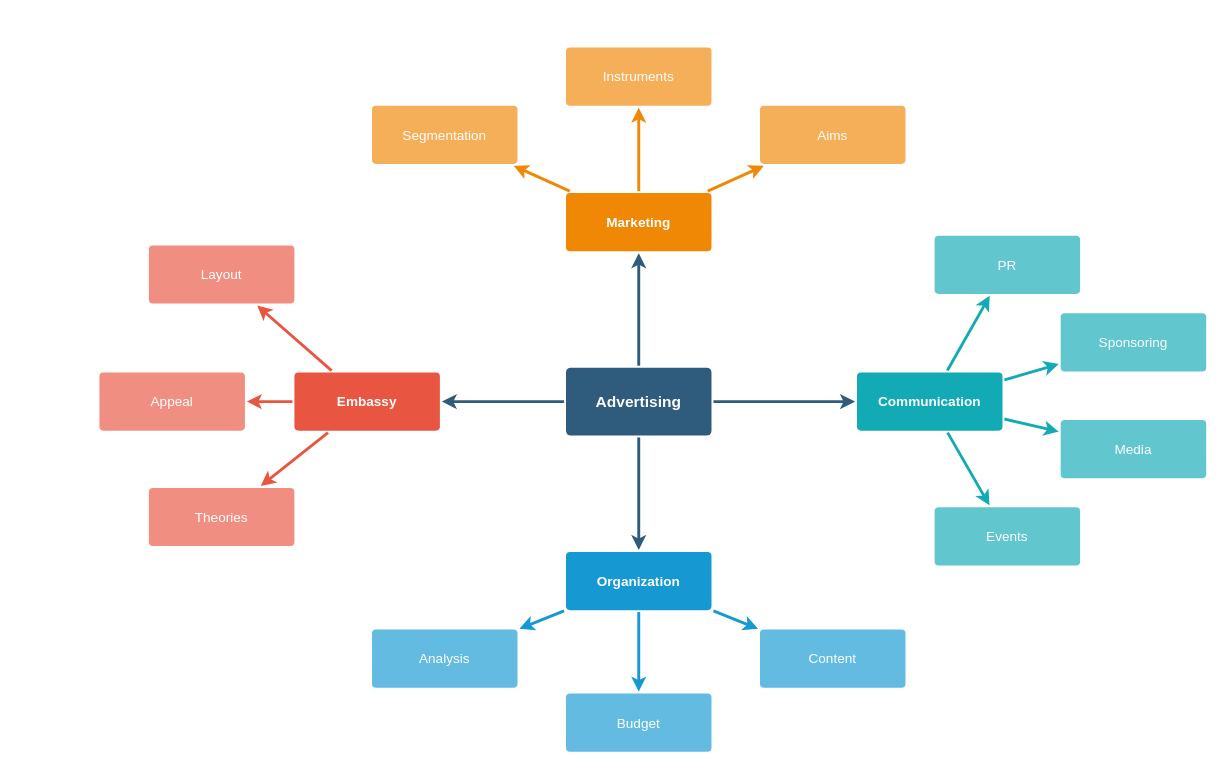
This is daily/Untitled Diagram.drawio from RdAllen/leetcode-1, a draw.io file, before an edit. Source tidied: cells renumbered, new cells numbered last; positions are measured from the earlier drawing's top-left corner, leaving out a move shared by most shapes. Both pictures are drawn from the tidied source at 97%, with x=0, y=0 at pixel (99, 47).
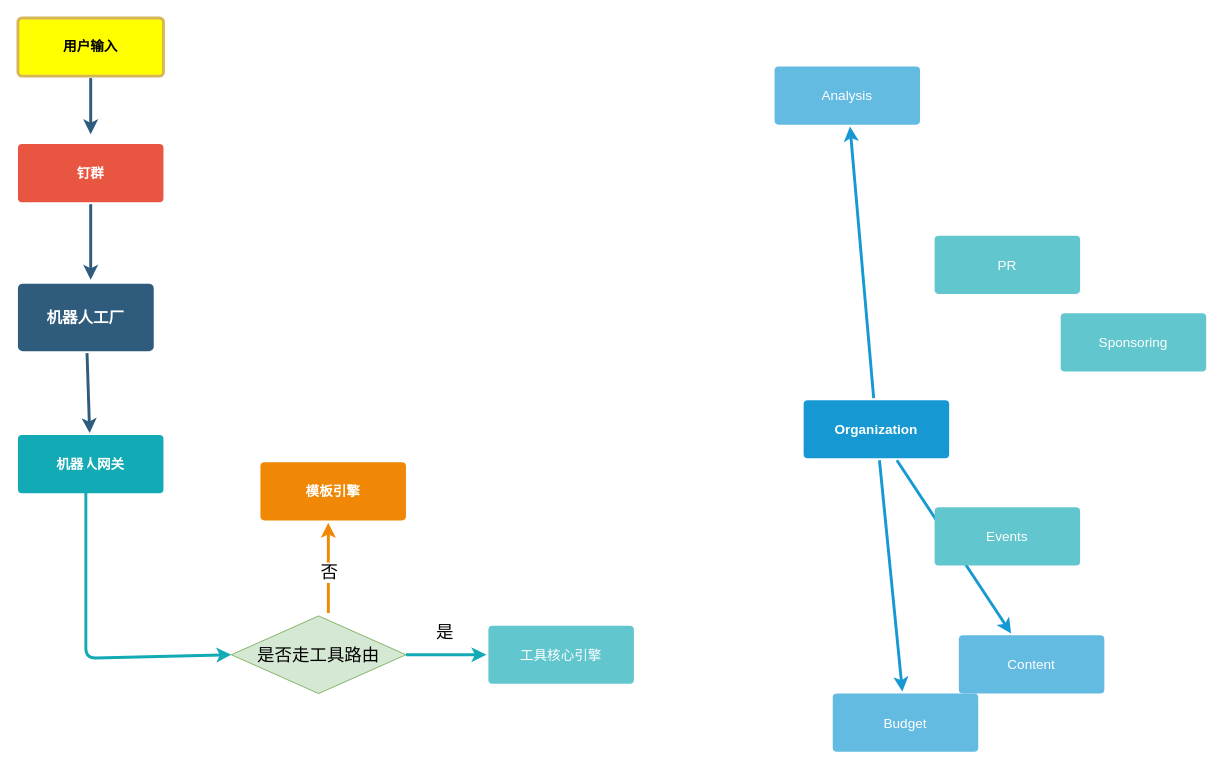
The same page after the edit.

Unchanged cells that the change refers to:
```xml
<mxCell id="29" value="Events" style="rounded=1;whiteSpace=wrap;html=1;shadow=0;labelBackgroundColor=none;strokeColor=none;strokeWidth=3;fillColor=#61c6ce;fontFamily=Helvetica;fontSize=14;fontColor=#FFFFFF;align=center;spacing=5;fontStyle=0;arcSize=7;perimeterSpacing=2;" parent="1" vertex="1">
  <mxGeometry x="861" y="474.5" width="150" height="60" as="geometry" />
</mxCell>
<mxCell id="33" value="Sponsoring" style="rounded=1;whiteSpace=wrap;html=1;shadow=0;labelBackgroundColor=none;strokeColor=none;strokeWidth=3;fillColor=#61c6ce;fontFamily=Helvetica;fontSize=14;fontColor=#FFFFFF;align=center;spacing=5;fontStyle=0;arcSize=7;perimeterSpacing=2;" parent="1" vertex="1">
  <mxGeometry x="991" y="274.5" width="150" height="60" as="geometry" />
</mxCell>
<mxCell id="35" value="PR" style="rounded=1;whiteSpace=wrap;html=1;shadow=0;labelBackgroundColor=none;strokeColor=none;strokeWidth=3;fillColor=#61c6ce;fontFamily=Helvetica;fontSize=14;fontColor=#FFFFFF;align=center;spacing=5;fontStyle=0;arcSize=7;perimeterSpacing=2;" parent="1" vertex="1">
  <mxGeometry x="861" y="194.5" width="150" height="60" as="geometry" />
</mxCell>
```

Diff of the diagram source:
```diff
@@
-    <mxCell id="2" style="edgeStyle=none;rounded=0;jumpStyle=none;html=1;shadow=0;labelBackgroundColor=none;startArrow=none;startFill=0;endArrow=classic;endFill=1;jettySize=auto;strokeColor=#2F5B7C;strokeWidth=3;fontFamily=Helvetica;fontSize=16;fontColor=#23445D;spacing=5;" parent="1" edge="1" source="6" target="21">
-      <mxGeometry relative="1" as="geometry" />
-    </mxCell>
@@
-    <mxCell id="4" style="edgeStyle=none;rounded=0;jumpStyle=none;html=1;shadow=0;labelBackgroundColor=none;startArrow=none;startFill=0;endArrow=classic;endFill=1;jettySize=auto;strokeColor=#2F5B7C;strokeWidth=3;fontFamily=Helvetica;fontSize=16;fontColor=#23445D;spacing=5;" parent="1" edge="1" source="6" target="17">
-      <mxGeometry relative="1" as="geometry" />
-    </mxCell>
-    <mxCell id="5" style="edgeStyle=none;rounded=0;jumpStyle=none;html=1;shadow=0;labelBackgroundColor=none;startArrow=none;startFill=0;endArrow=classic;endFill=1;jettySize=auto;strokeColor=#2F5B7C;strokeWidth=3;fontFamily=Helvetica;fontSize=16;fontColor=#23445D;spacing=5;" parent="1" edge="1" source="6" target="10">
-      <mxGeometry relative="1" as="geometry" />
+    <mxCell id="5" style="edgeStyle=none;rounded=0;jumpStyle=none;html=1;shadow=0;labelBackgroundColor=none;startArrow=none;startFill=0;endArrow=classic;endFill=1;jettySize=auto;strokeColor=#2F5B7C;strokeWidth=3;fontFamily=Helvetica;fontSize=16;fontColor=#23445D;spacing=5;exitX=0.5;exitY=1;exitDx=0;exitDy=0;" parent="1" edge="1" source="10">
+      <mxGeometry relative="1" as="geometry">
+        <mxPoint x="-9" y="90" as="targetPoint" />
+      </mxGeometry>
     </mxCell>
-    <mxCell id="6" value="Advertising" style="rounded=1;whiteSpace=wrap;html=1;shadow=0;labelBackgroundColor=none;strokeColor=none;strokeWidth=3;fillColor=#2F5B7C;fontFamily=Helvetica;fontSize=16;fontColor=#FFFFFF;align=center;fontStyle=1;spacing=5;arcSize=7;perimeterSpacing=2;" parent="1" vertex="1">
-      <mxGeometry x="481" y="330.5" width="150" height="70" as="geometry" />
+    <mxCell id="6" value="机器人工厂" style="rounded=1;whiteSpace=wrap;html=1;shadow=0;labelBackgroundColor=none;strokeColor=none;strokeWidth=3;fillColor=#2F5B7C;fontFamily=Helvetica;fontSize=16;fontColor=#FFFFFF;align=center;fontStyle=1;spacing=5;arcSize=7;perimeterSpacing=2;" parent="1" vertex="1">
+      <mxGeometry x="-84" y="244" width="140" height="69.5" as="geometry" />
     </mxCell>
-    <mxCell id="7" style="edgeStyle=none;rounded=1;jumpStyle=none;html=1;shadow=0;labelBackgroundColor=none;startArrow=none;startFill=0;jettySize=auto;strokeColor=#E85642;strokeWidth=3;fontFamily=Helvetica;fontSize=14;fontColor=#FFFFFF;spacing=5;fontStyle=1;fillColor=#b0e3e6;" parent="1" edge="1" source="10" target="13">
-      <mxGeometry relative="1" as="geometry" />
-    </mxCell>
-    <mxCell id="8" style="edgeStyle=none;rounded=1;jumpStyle=none;html=1;shadow=0;labelBackgroundColor=none;startArrow=none;startFill=0;jettySize=auto;strokeColor=#E85642;strokeWidth=3;fontFamily=Helvetica;fontSize=14;fontColor=#FFFFFF;spacing=5;fontStyle=1;fillColor=#b0e3e6;" parent="1" edge="1" source="10" target="12">
-      <mxGeometry relative="1" as="geometry" />
-    </mxCell>
-    <mxCell id="9" style="edgeStyle=none;rounded=1;jumpStyle=none;html=1;shadow=0;labelBackgroundColor=none;startArrow=none;startFill=0;jettySize=auto;strokeColor=#E85642;strokeWidth=3;fontFamily=Helvetica;fontSize=14;fontColor=#FFFFFF;spacing=5;fontStyle=1;fillColor=#b0e3e6;" parent="1" edge="1" source="10" target="11">
-      <mxGeometry relative="1" as="geometry" />
-    </mxCell>
-    <mxCell id="10" value="Embassy" style="rounded=1;whiteSpace=wrap;html=1;shadow=0;labelBackgroundColor=none;strokeColor=none;strokeWidth=3;fillColor=#e85642;fontFamily=Helvetica;fontSize=14;fontColor=#FFFFFF;align=center;spacing=5;fontStyle=1;arcSize=7;perimeterSpacing=2;" parent="1" vertex="1">
-      <mxGeometry x="201" y="335.5" width="150" height="60" as="geometry" />
+    <mxCell id="10" value="用户输入" style="rounded=1;whiteSpace=wrap;html=1;shadow=0;labelBackgroundColor=none;strokeColor=#d6b656;strokeWidth=3;fontFamily=Helvetica;fontSize=14;align=center;spacing=5;fontStyle=1;arcSize=7;perimeterSpacing=2;fillColor=#FFFF00;" parent="1" vertex="1">
+      <mxGeometry x="-84" y="-30" width="150" height="60" as="geometry" />
     </mxCell>
-    <mxCell id="11" value="Theories" style="rounded=1;whiteSpace=wrap;html=1;shadow=0;labelBackgroundColor=none;strokeColor=none;strokeWidth=3;fillColor=#f08e81;fontFamily=Helvetica;fontSize=14;fontColor=#FFFFFF;align=center;spacing=5;fontStyle=0;arcSize=7;perimeterSpacing=2;" parent="1" vertex="1">
-      <mxGeometry x="51" y="454.5" width="150" height="60" as="geometry" />
-    </mxCell>
-    <mxCell id="12" value="Appeal" style="rounded=1;whiteSpace=wrap;html=1;shadow=0;labelBackgroundColor=none;strokeColor=none;strokeWidth=3;fillColor=#f08e81;fontFamily=Helvetica;fontSize=14;fontColor=#FFFFFF;align=center;spacing=5;fontStyle=0;arcSize=7;perimeterSpacing=2;" parent="1" vertex="1">
-      <mxGeometry y="335.5" width="150" height="60" as="geometry" />
-    </mxCell>
-    <mxCell id="13" value="Layout" style="rounded=1;whiteSpace=wrap;html=1;shadow=0;labelBackgroundColor=none;strokeColor=none;strokeWidth=3;fillColor=#f08e81;fontFamily=Helvetica;fontSize=14;fontColor=#FFFFFF;align=center;spacing=5;fontStyle=0;arcSize=7;perimeterSpacing=2;" parent="1" vertex="1">
-      <mxGeometry x="51" y="204.5" width="150" height="60" as="geometry" />
-    </mxCell>
@@
     <mxCell id="17" value="Organization" style="rounded=1;whiteSpace=wrap;html=1;shadow=0;labelBackgroundColor=none;strokeColor=none;strokeWidth=3;fillColor=#1699d3;fontFamily=Helvetica;fontSize=14;fontColor=#FFFFFF;align=center;spacing=5;fontStyle=1;arcSize=7;perimeterSpacing=2;" parent="1" vertex="1">
-      <mxGeometry x="481" y="520.5" width="150" height="60" as="geometry" />
+      <mxGeometry x="726" y="364" width="150" height="60" as="geometry" />
     </mxCell>
     <mxCell id="18" value="Content" style="rounded=1;whiteSpace=wrap;html=1;shadow=0;labelBackgroundColor=none;strokeColor=none;strokeWidth=3;fillColor=#64bbe2;fontFamily=Helvetica;fontSize=14;fontColor=#FFFFFF;align=center;spacing=5;arcSize=7;perimeterSpacing=2;" parent="1" vertex="1">
-      <mxGeometry x="681" y="600.5" width="150" height="60" as="geometry" />
+      <mxGeometry x="886" y="606.5" width="150" height="60" as="geometry" />
     </mxCell>
     <mxCell id="19" value="Budget" style="rounded=1;whiteSpace=wrap;html=1;shadow=0;labelBackgroundColor=none;strokeColor=none;strokeWidth=3;fillColor=#64bbe2;fontFamily=Helvetica;fontSize=14;fontColor=#FFFFFF;align=center;spacing=5;arcSize=7;perimeterSpacing=2;" parent="1" vertex="1">
-      <mxGeometry x="481" y="666.5" width="150" height="60" as="geometry" />
+      <mxGeometry x="756" y="666.5" width="150" height="60" as="geometry" />
     </mxCell>
     <mxCell id="20" value="Analysis" style="rounded=1;whiteSpace=wrap;html=1;shadow=0;labelBackgroundColor=none;strokeColor=none;strokeWidth=3;fillColor=#64bbe2;fontFamily=Helvetica;fontSize=14;fontColor=#FFFFFF;align=center;spacing=5;arcSize=7;perimeterSpacing=2;" parent="1" vertex="1">
-      <mxGeometry x="281" y="600.5" width="150" height="60" as="geometry" />
+      <mxGeometry x="696" y="20" width="150" height="60" as="geometry" />
     </mxCell>
-    <mxCell id="21" value="Marketing" style="rounded=1;whiteSpace=wrap;html=1;shadow=0;labelBackgroundColor=none;strokeColor=none;strokeWidth=3;fillColor=#F08705;fontFamily=Helvetica;fontSize=14;fontColor=#FFFFFF;align=center;spacing=5;fontStyle=1;arcSize=7;perimeterSpacing=2;" parent="1" vertex="1">
-      <mxGeometry x="481" y="150.5" width="150" height="60" as="geometry" />
+    <mxCell id="21" value="模板引擎" style="rounded=1;whiteSpace=wrap;html=1;shadow=0;labelBackgroundColor=none;strokeColor=none;strokeWidth=3;fillColor=#F08705;fontFamily=Helvetica;fontSize=14;fontColor=#FFFFFF;align=center;spacing=5;fontStyle=1;arcSize=7;perimeterSpacing=2;" parent="1" vertex="1">
+      <mxGeometry x="166" y="428" width="150" height="60" as="geometry" />
     </mxCell>
-    <mxCell id="22" value="Aims&lt;br&gt;" style="rounded=1;whiteSpace=wrap;html=1;shadow=0;labelBackgroundColor=none;strokeColor=none;strokeWidth=3;fillColor=#f5af58;fontFamily=Helvetica;fontSize=14;fontColor=#FFFFFF;align=center;spacing=5;arcSize=7;perimeterSpacing=2;" parent="1" vertex="1">
-      <mxGeometry x="681" y="60.5" width="150" height="60" as="geometry" />
-    </mxCell>
-    <mxCell id="23" style="edgeStyle=none;rounded=0;jumpStyle=none;html=1;shadow=0;labelBackgroundColor=none;startArrow=none;startFill=0;endArrow=classic;endFill=1;jettySize=auto;strokeColor=#F08705;strokeWidth=3;fontFamily=Helvetica;fontSize=14;fontColor=#FFFFFF;spacing=5;" parent="1" edge="1" source="21" target="22">
-      <mxGeometry relative="1" as="geometry" />
-    </mxCell>
-    <mxCell id="24" value="Instruments" style="rounded=1;whiteSpace=wrap;html=1;shadow=0;labelBackgroundColor=none;strokeColor=none;strokeWidth=3;fillColor=#f5af58;fontFamily=Helvetica;fontSize=14;fontColor=#FFFFFF;align=center;spacing=5;arcSize=7;perimeterSpacing=2;" parent="1" vertex="1">
-      <mxGeometry x="481" y="0.5" width="150" height="60" as="geometry" />
-    </mxCell>
-    <mxCell id="25" style="edgeStyle=none;rounded=0;jumpStyle=none;html=1;shadow=0;labelBackgroundColor=none;startArrow=none;startFill=0;endArrow=classic;endFill=1;jettySize=auto;strokeColor=#F08705;strokeWidth=3;fontFamily=Helvetica;fontSize=14;fontColor=#FFFFFF;spacing=5;" parent="1" edge="1" source="21" target="24">
-      <mxGeometry relative="1" as="geometry" />
-    </mxCell>
-    <mxCell id="26" value="Segmentation" style="rounded=1;whiteSpace=wrap;html=1;shadow=0;labelBackgroundColor=none;strokeColor=none;strokeWidth=3;fillColor=#f5af58;fontFamily=Helvetica;fontSize=14;fontColor=#FFFFFF;align=center;spacing=5;arcSize=7;perimeterSpacing=2;" parent="1" vertex="1">
-      <mxGeometry x="281" y="60.5" width="150" height="60" as="geometry" />
-    </mxCell>
-    <mxCell id="27" style="edgeStyle=none;rounded=0;jumpStyle=none;html=1;shadow=0;labelBackgroundColor=none;startArrow=none;startFill=0;endArrow=classic;endFill=1;jettySize=auto;strokeColor=#F08705;strokeWidth=3;fontFamily=Helvetica;fontSize=14;fontColor=#FFFFFF;spacing=5;" parent="1" edge="1" source="21" target="26">
-      <mxGeometry relative="1" as="geometry" />
-    </mxCell>
-    <mxCell id="28" value="Communication" style="rounded=1;whiteSpace=wrap;html=1;shadow=0;labelBackgroundColor=none;strokeColor=none;strokeWidth=3;fillColor=#12aab5;fontFamily=Helvetica;fontSize=14;fontColor=#FFFFFF;align=center;spacing=5;fontStyle=1;arcSize=7;perimeterSpacing=2;" parent="1" vertex="1">
-      <mxGeometry x="781" y="335.5" width="150" height="60" as="geometry" />
+    <mxCell id="28" value="机器人网关" style="rounded=1;whiteSpace=wrap;html=1;shadow=0;labelBackgroundColor=none;strokeColor=none;strokeWidth=3;fillColor=#12aab5;fontFamily=Helvetica;fontSize=14;fontColor=#FFFFFF;align=center;spacing=5;fontStyle=1;arcSize=7;perimeterSpacing=2;" parent="1" vertex="1">
+      <mxGeometry x="-84" y="400" width="150" height="60" as="geometry" />
     </mxCell>
@@
-    <mxCell id="30" style="edgeStyle=none;rounded=1;jumpStyle=none;html=1;shadow=0;labelBackgroundColor=none;startArrow=none;startFill=0;jettySize=auto;strokeColor=#12AAB5;strokeWidth=3;fontFamily=Helvetica;fontSize=14;fontColor=#FFFFFF;spacing=5;fontStyle=1;fillColor=#b0e3e6;" parent="1" edge="1" source="28" target="29">
-      <mxGeometry relative="1" as="geometry" />
+    <mxCell id="30" style="edgeStyle=none;rounded=1;jumpStyle=none;html=1;shadow=0;labelBackgroundColor=none;startArrow=none;startFill=0;jettySize=auto;strokeColor=#12AAB5;strokeWidth=3;fontFamily=Helvetica;fontSize=14;fontColor=#FFFFFF;spacing=5;fontStyle=1;fillColor=#b0e3e6;entryX=0;entryY=0.5;entryDx=0;entryDy=0;" parent="1" edge="1" target="37">
+      <mxGeometry relative="1" as="geometry">
+        <mxPoint x="-14" y="425" as="sourcePoint" />
+        <Array as="points">
+          <mxPoint x="-14" y="630" />
+        </Array>
+      </mxGeometry>
     </mxCell>
-    <mxCell id="31" value="Media" style="rounded=1;whiteSpace=wrap;html=1;shadow=0;labelBackgroundColor=none;strokeColor=none;strokeWidth=3;fillColor=#61c6ce;fontFamily=Helvetica;fontSize=14;fontColor=#FFFFFF;align=center;spacing=5;fontStyle=0;arcSize=7;perimeterSpacing=2;" parent="1" vertex="1">
-      <mxGeometry x="991" y="384.5" width="150" height="60" as="geometry" />
+    <mxCell id="31" value="工具核心引擎" style="rounded=1;whiteSpace=wrap;html=1;shadow=0;labelBackgroundColor=none;strokeColor=none;strokeWidth=3;fillColor=#61c6ce;fontFamily=Helvetica;fontSize=14;fontColor=#FFFFFF;align=center;spacing=5;fontStyle=0;arcSize=7;perimeterSpacing=2;" parent="1" vertex="1">
+      <mxGeometry x="401" y="596.5" width="150" height="60" as="geometry" />
     </mxCell>
-    <mxCell id="32" style="edgeStyle=none;rounded=1;jumpStyle=none;html=1;shadow=0;labelBackgroundColor=none;startArrow=none;startFill=0;jettySize=auto;strokeColor=#12AAB5;strokeWidth=3;fontFamily=Helvetica;fontSize=14;fontColor=#FFFFFF;spacing=5;fontStyle=1;fillColor=#b0e3e6;" parent="1" edge="1" source="28" target="31">
+    <mxCell id="32" style="edgeStyle=none;rounded=1;jumpStyle=none;html=1;shadow=0;labelBackgroundColor=none;startArrow=none;startFill=0;jettySize=auto;strokeColor=#12AAB5;strokeWidth=3;fontFamily=Helvetica;fontSize=14;fontColor=#FFFFFF;spacing=5;fontStyle=1;fillColor=#b0e3e6;exitX=1;exitY=0.5;exitDx=0;exitDy=0;" parent="1" edge="1" source="37" target="31">
       <mxGeometry relative="1" as="geometry" />
     </mxCell>
@@
-    <mxCell id="34" style="edgeStyle=none;rounded=1;jumpStyle=none;html=1;shadow=0;labelBackgroundColor=none;startArrow=none;startFill=0;jettySize=auto;strokeColor=#12AAB5;strokeWidth=3;fontFamily=Helvetica;fontSize=14;fontColor=#FFFFFF;spacing=5;fontStyle=1;fillColor=#b0e3e6;" parent="1" edge="1" source="28" target="33">
-      <mxGeometry relative="1" as="geometry" />
-    </mxCell>
@@
-    <mxCell id="36" style="edgeStyle=none;rounded=1;jumpStyle=none;html=1;shadow=0;labelBackgroundColor=none;startArrow=none;startFill=0;jettySize=auto;strokeColor=#12AAB5;strokeWidth=3;fontFamily=Helvetica;fontSize=14;fontColor=#FFFFFF;spacing=5;fontStyle=1;fillColor=#b0e3e6;" parent="1" edge="1" source="28" target="35">
-      <mxGeometry relative="1" as="geometry" />
-    </mxCell>
+    <mxCell id="37" value="&lt;font style=&quot;font-size: 18px&quot;&gt;是否走工具路由&lt;/font&gt;" style="rhombus;whiteSpace=wrap;html=1;fillColor=#d5e8d4;strokeColor=#82b366;" parent="1" vertex="1">
+      <mxGeometry x="136" y="586.5" width="180" height="80" as="geometry" />
+    </mxCell>
+    <mxCell id="38" style="edgeStyle=none;rounded=0;jumpStyle=none;html=1;shadow=0;labelBackgroundColor=none;startArrow=none;startFill=0;endArrow=classic;endFill=1;jettySize=auto;orthogonalLoop=1;strokeColor=#F08705;strokeWidth=3;fontFamily=Helvetica;fontSize=14;fontColor=#FFFFFF;spacing=5;" parent="1" edge="1">
+      <mxGeometry relative="1" as="geometry">
+        <mxPoint x="236" y="583.5" as="sourcePoint" />
+        <mxPoint x="236" y="490.5" as="targetPoint" />
+      </mxGeometry>
+    </mxCell>
+    <mxCell id="39" value="&lt;font style=&quot;font-size: 18px&quot;&gt;否&lt;/font&gt;" style="edgeLabel;html=1;align=center;verticalAlign=middle;" parent="38" vertex="1">
+      <mxGeometry x="-0.1" relative="1" as="geometry" />
+    </mxCell>
+    <mxCell id="40" value="&lt;font style=&quot;font-size: 18px&quot;&gt;是&lt;/font&gt;" style="text;html=1;align=center;verticalAlign=middle;" parent="1" vertex="1">
+      <mxGeometry x="341" y="593.5" width="30" height="20" as="geometry" />
+    </mxCell>
+    <mxCell id="41" value="钉群" style="rounded=1;whiteSpace=wrap;html=1;shadow=0;labelBackgroundColor=none;strokeColor=none;strokeWidth=3;fillColor=#e85642;fontFamily=Helvetica;fontSize=14;fontColor=#FFFFFF;align=center;spacing=5;fontStyle=1;arcSize=7;perimeterSpacing=2;" parent="1" vertex="1">
+      <mxGeometry x="-84" y="100" width="150" height="60" as="geometry" />
+    </mxCell>
+    <mxCell id="42" style="edgeStyle=none;rounded=0;jumpStyle=none;html=1;shadow=0;labelBackgroundColor=none;startArrow=none;startFill=0;endArrow=classic;endFill=1;jettySize=auto;strokeColor=#2F5B7C;strokeWidth=3;fontFamily=Helvetica;fontSize=16;fontColor=#23445D;spacing=5;exitX=0.5;exitY=1;exitDx=0;exitDy=0;" parent="1" edge="1" source="41">
+      <mxGeometry relative="1" as="geometry">
+        <mxPoint x="-9" y="240" as="targetPoint" />
+      </mxGeometry>
+    </mxCell>
```
